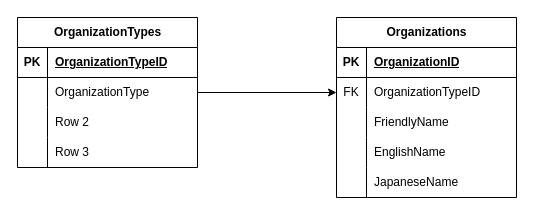
Before: page "Overview" (1 of 6) of Manufacturer_Database.drawio in benstanfish/Diagrams, a draw.io diagram. Source tidied: cells renumbered, new cells numbered last; positions are measured from the earlier drawing's top-left corner, leaving out a move shared by most shapes. Both pictures are drawn from the tidied source at 100%, with x=0, y=0 at pixel (17, 17).
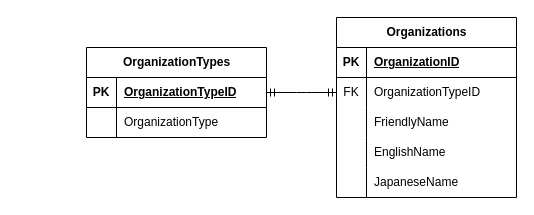
After the change.

Unchanged cells that the change refers to:
```xml
<mxCell id="6" style="shape=tableRow;horizontal=0;startSize=0;swimlaneHead=0;swimlaneBody=0;fillColor=none;points=[[0,0.5],[1,0.5]];portConstraint=eastwest;top=0;left=0;right=0;bottom=0;" parent="2" vertex="1">
  <mxGeometry y="60" width="180" height="30" as="geometry" />
</mxCell>
<mxCell id="19" style="shape=tableRow;horizontal=0;startSize=0;swimlaneHead=0;swimlaneBody=0;fillColor=none;points=[[0,0.5],[1,0.5]];portConstraint=eastwest;top=0;left=0;right=0;bottom=1;" parent="18" vertex="1">
  <mxGeometry y="30" width="180" height="30" as="geometry" />
</mxCell>
<mxCell id="22" style="shape=tableRow;horizontal=0;startSize=0;swimlaneHead=0;swimlaneBody=0;fillColor=none;points=[[0,0.5],[1,0.5]];portConstraint=eastwest;top=0;left=0;right=0;bottom=0;" parent="18" vertex="1">
  <mxGeometry y="60" width="180" height="30" as="geometry" />
</mxCell>
```

The edit, as a diff of the source:
```diff
@@
     <mxCell id="18" value="OrganizationTypes" style="shape=table;startSize=30;childLayout=tableLayout;rowLines=0;fontStyle=1;align=center;html=1;" parent="1" vertex="1">
-      <mxGeometry width="180" height="150" as="geometry" />
+      <mxGeometry x="69" y="30" width="180" height="90" as="geometry" />
     </mxCell>
@@
-    <mxCell id="25" style="shape=tableRow;horizontal=0;startSize=0;swimlaneHead=0;swimlaneBody=0;fillColor=none;top=0;left=0;right=0;bottom=0;" parent="18" vertex="1">
-      <mxGeometry y="90" width="180" height="30" as="geometry" />
-    </mxCell>
-    <mxCell id="26" style="shape=partialRectangle;fillColor=none;top=0;left=0;bottom=0;right=0;overflow=hidden;whiteSpace=wrap;html=1;" parent="25" vertex="1">
-      <mxGeometry width="30" height="30" as="geometry" />
-    </mxCell>
-    <mxCell id="27" value="Row 2" style="shape=partialRectangle;fillColor=none;top=0;left=0;bottom=0;right=0;align=left;spacingLeft=6;overflow=hidden;whiteSpace=wrap;html=1;" parent="25" vertex="1">
-      <mxGeometry x="30" width="150" height="30" as="geometry" />
-    </mxCell>
-    <mxCell id="28" style="shape=tableRow;horizontal=0;startSize=0;swimlaneHead=0;swimlaneBody=0;fillColor=none;top=0;left=0;right=0;bottom=0;" parent="18" vertex="1">
-      <mxGeometry y="120" width="180" height="30" as="geometry" />
-    </mxCell>
-    <mxCell id="29" style="shape=partialRectangle;fillColor=none;top=0;left=0;bottom=0;right=0;overflow=hidden;whiteSpace=wrap;html=1;" parent="28" vertex="1">
-      <mxGeometry width="30" height="30" as="geometry" />
-    </mxCell>
-    <mxCell id="30" value="Row 3" style="shape=partialRectangle;fillColor=none;top=0;left=0;bottom=0;right=0;align=left;spacingLeft=6;overflow=hidden;whiteSpace=wrap;html=1;" parent="28" vertex="1">
-      <mxGeometry x="30" width="150" height="30" as="geometry" />
-    </mxCell>
-    <mxCell id="31" style="edgeStyle=orthogonalEdgeStyle;rounded=0;jettySize=auto;html=1;" parent="1" edge="1" source="22" target="6">
-      <mxGeometry relative="1" as="geometry" />
-    </mxCell>
+    <mxCell id="32" style="edgeStyle=entityRelationEdgeStyle;fontSize=12;html=1;endArrow=ERmandOne;startArrow=ERmandOne;rounded=0;exitX=1;exitY=0.5;exitDx=0;exitDy=0;entryX=0;entryY=0.5;entryDx=0;entryDy=0;" parent="1" edge="1" source="19" target="6">
+      <mxGeometry relative="1" as="geometry" />
+    </mxCell>
```
